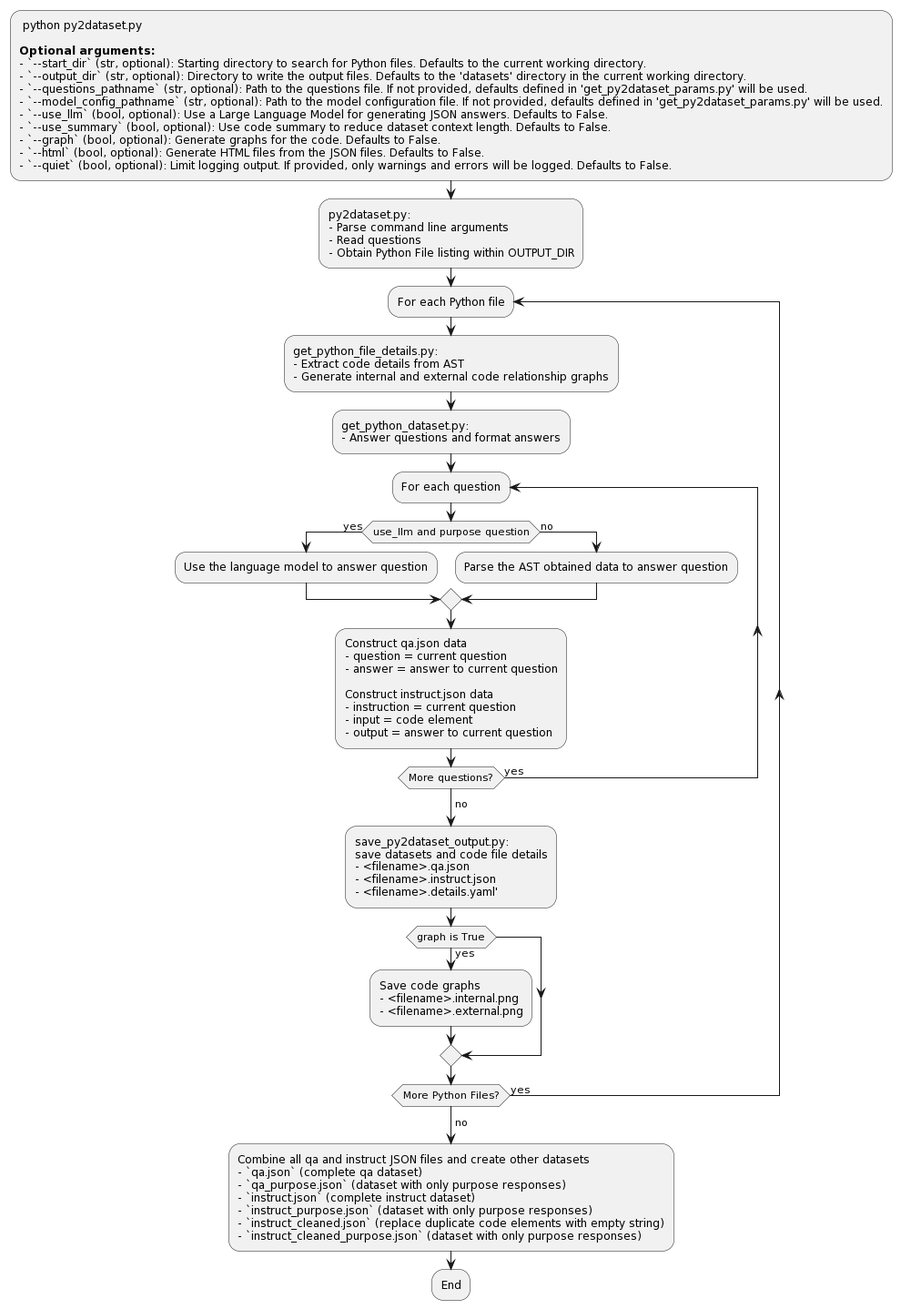
Before: py2dataset.png, a diagram exported from PlantUML (jeffmeloy/py2dataset). Source of this version:
```plantuml
@startuml
: python py2dataset.py

**Optional arguments:**
- `--start_dir` (str, optional): Starting directory to search for Python files. Defaults to the current working directory.
- `--output_dir` (str, optional): Directory to write the output files. Defaults to the 'datasets' directory in the current working directory.
- `--questions_pathname` (str, optional): Path to the questions file. If not provided, defaults defined in 'get_py2dataset_params.py' will be used.
- `--model_config_pathname` (str, optional): Path to the model configuration file. If not provided, defaults defined in 'get_py2dataset_params.py' will be used.
- `--use_llm` (bool, optional): Use a Large Language Model for generating JSON answers. Defaults to False.
- `--use_summary` (bool, optional): Use code summary to reduce dataset context length. Defaults to False.
- `--graph` (bool, optional): Generate graphs for the code. Defaults to False.
- `--html` (bool, optional): Generate HTML files from the JSON files. Defaults to False.
- `--quiet` (bool, optional): Limit logging output. If provided, only warnings and errors will be logged. Defaults to False.;

:py2dataset.py:
- Parse command line arguments
- Read questions
- Obtain Python File listing within OUTPUT_DIR;

Repeat :For each Python file;

:get_python_file_details.py:
- Extract code details from AST
- Generate internal and external code relationship graphs;
:get_python_dataset.py:
- Answer questions and format answers;

Repeat :For each question;

if (use_llm and purpose question) then (yes)
:Use the language model to answer question;
else (no)
:Parse the AST obtained data to answer question;
endif

:Construct qa.json data
- question = current question
- answer = answer to current question

Construct instruct.json data
- instruction = current question
- input = code element
- output = answer to current question;

Repeat while (More questions?) is (yes)
->no;

:save_py2dataset_output.py:
save datasets and code file details
- <filename>.qa.json
- <filename>.instruct.json
- <filename>.details.yaml';

if (graph is True) then (yes)
:Save code graphs
- <filename>.internal.png
- <filename>.external.png;
endif

Repeat while (More Python Files?) is (yes)
->no;

:Combine all qa and instruct JSON files and create other datasets
- `qa.json` (complete qa dataset)
- `qa_purpose.json` (dataset with only purpose responses)
- `instruct.json` (complete instruct dataset)
- `instruct_purpose.json` (dataset with only purpose responses)
- `instruct_cleaned.json` (replace duplicate code elements with empty string)
- `instruct_cleaned_purpose.json` (dataset with only purpose responses);
:End;
@enduml
```
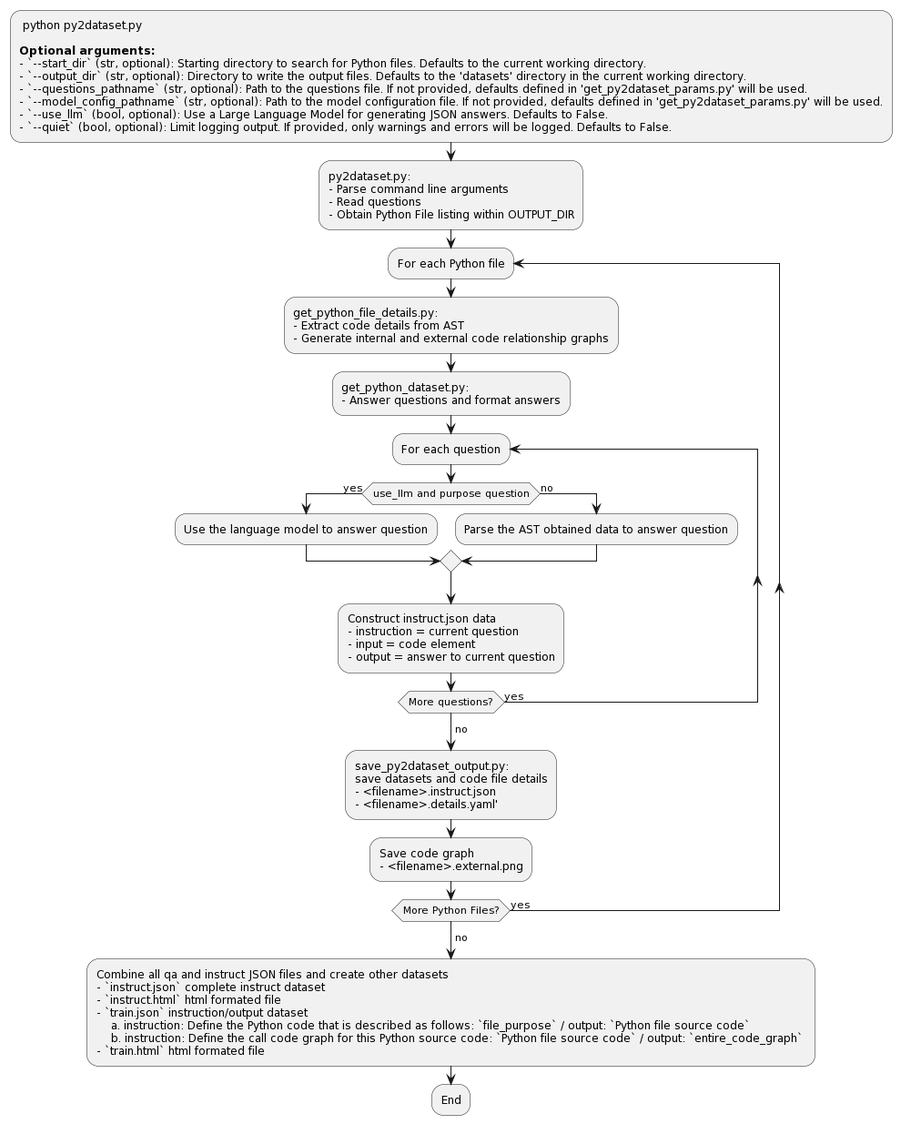
The same file after the commit.

What changed in the source:
```diff
@@ -7,9 +7,6 @@
 - `--questions_pathname` (str, optional): Path to the questions file. If not provided, defaults defined in 'get_py2dataset_params.py' will be used.
 - `--model_config_pathname` (str, optional): Path to the model configuration file. If not provided, defaults defined in 'get_py2dataset_params.py' will be used.
 - `--use_llm` (bool, optional): Use a Large Language Model for generating JSON answers. Defaults to False.
-- `--use_summary` (bool, optional): Use code summary to reduce dataset context length. Defaults to False.
-- `--graph` (bool, optional): Generate graphs for the code. Defaults to False.
-- `--html` (bool, optional): Generate HTML files from the JSON files. Defaults to False.
 - `--quiet` (bool, optional): Limit logging output. If provided, only warnings and errors will be logged. Defaults to False.;
 
 :py2dataset.py:
@@ -33,11 +30,7 @@
 :Parse the AST obtained data to answer question;
 endif
 
-:Construct qa.json data
-- question = current question
-- answer = answer to current question
-
-Construct instruct.json data
+:Construct instruct.json data
 - instruction = current question
 - input = code element
 - output = answer to current question;
@@ -47,25 +40,22 @@
 
 :save_py2dataset_output.py:
 save datasets and code file details
-- <filename>.qa.json
 - <filename>.instruct.json
 - <filename>.details.yaml';
 
-if (graph is True) then (yes)
-:Save code graphs
-- <filename>.internal.png
+:Save code graph
 - <filename>.external.png;
-endif
 
 Repeat while (More Python Files?) is (yes)
 ->no;
 
 :Combine all qa and instruct JSON files and create other datasets
-- `qa.json` (complete qa dataset)
-- `qa_purpose.json` (dataset with only purpose responses)
-- `instruct.json` (complete instruct dataset)
-- `instruct_purpose.json` (dataset with only purpose responses)
-- `instruct_cleaned.json` (replace duplicate code elements with empty string)
-- `instruct_cleaned_purpose.json` (dataset with only purpose responses);
+- `instruct.json` complete instruct dataset
+- `instruct.html` html formated file
+- `train.json` instruction/output dataset
+    a. instruction: Define the Python code that is described as follows: `file_purpose` / output: `Python file source code`
+    b. instruction: Define the call code graph for this Python source code: `Python file source code` / output: `entire_code_graph`
+- `train.html` html formated file;
+
 :End;
 @enduml
```
